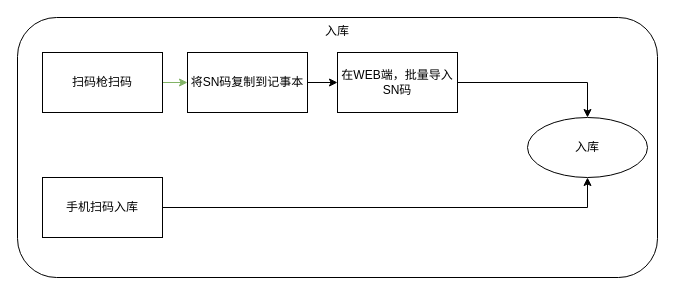
Earlier version of the draw.io diagram b1.drawio (jiutianfeiwu/tmp). Source tidied: cells renumbered, new cells numbered last; positions are measured from the earlier drawing's top-left corner, leaving out a move shared by most shapes. Both pictures are drawn from the tidied source at 100%, with x=0, y=0 at pixel (17, 17).
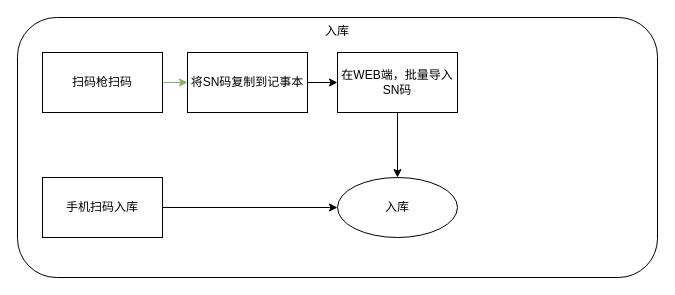
The same page after the edit.

The edit, as a diff of the source:
```diff
@@
 <mxGraphModel>
   <root>
     <mxCell id="0" />
     <mxCell id="1" parent="0" />
     <mxCell id="2" value="入库" style="rounded=1;whiteSpace=wrap;html=1;verticalAlign=top;" parent="1" vertex="1">
       <mxGeometry width="640" height="260" as="geometry" />
     </mxCell>
     <mxCell id="3" style="edgeStyle=orthogonalEdgeStyle;rounded=0;jettySize=auto;html=1;" parent="1" edge="1" source="4" target="8">
       <mxGeometry relative="1" as="geometry" />
     </mxCell>
     <mxCell id="4" value="将SN码复制到记事本" style="whiteSpace=wrap;html=1;rounded=0;" parent="1" vertex="1">
       <mxGeometry x="170" y="35" width="120" height="60" as="geometry" />
     </mxCell>
     <mxCell id="5" style="edgeStyle=orthogonalEdgeStyle;rounded=0;jettySize=auto;html=1;fillColor=#d5e8d4;strokeColor=#82b366;" parent="1" edge="1" source="6" target="4">
       <mxGeometry relative="1" as="geometry" />
     </mxCell>
     <mxCell id="6" value="扫码枪扫码" style="whiteSpace=wrap;html=1;rounded=0;" parent="1" vertex="1">
       <mxGeometry x="25" y="35" width="120" height="60" as="geometry" />
     </mxCell>
     <mxCell id="7" style="edgeStyle=orthogonalEdgeStyle;rounded=0;jettySize=auto;html=1;" parent="1" edge="1" source="8" target="9">
       <mxGeometry relative="1" as="geometry" />
     </mxCell>
     <mxCell id="8" value="在WEB端，批量导入SN码" style="whiteSpace=wrap;html=1;rounded=0;" parent="1" vertex="1">
       <mxGeometry x="320" y="35" width="120" height="60" as="geometry" />
     </mxCell>
     <mxCell id="9" value="入库" style="ellipse;whiteSpace=wrap;html=1;rounded=0;" parent="1" vertex="1">
-      <mxGeometry x="510" y="100" width="120" height="60" as="geometry" />
+      <mxGeometry x="320" y="160" width="120" height="60" as="geometry" />
     </mxCell>
     <mxCell id="10" value="手机扫码入库" style="whiteSpace=wrap;html=1;rounded=0;" parent="1" vertex="1">
       <mxGeometry x="25" y="160" width="120" height="60" as="geometry" />
     </mxCell>
-    <mxCell id="11" style="endArrow=classic;html=1;rounded=0;exitX=1;exitY=0.5;exitDx=0;exitDy=0;entryX=0.5;entryY=1;entryDx=0;entryDy=0;" parent="1" edge="1" source="10" target="9">
-      <mxGeometry relative="1" as="geometry">
-        <Array as="points">
-          <mxPoint x="570" y="190" />
-        </Array>
-      </mxGeometry>
+    <mxCell id="11" style="endArrow=classic;html=1;rounded=0;exitX=1;exitY=0.5;exitDx=0;exitDy=0;entryX=0;entryY=0.5;entryDx=0;entryDy=0;" parent="1" edge="1" source="10" target="9">
+      <mxGeometry relative="1" as="geometry" />
     </mxCell>
   </root>
 </mxGraphModel>
```
